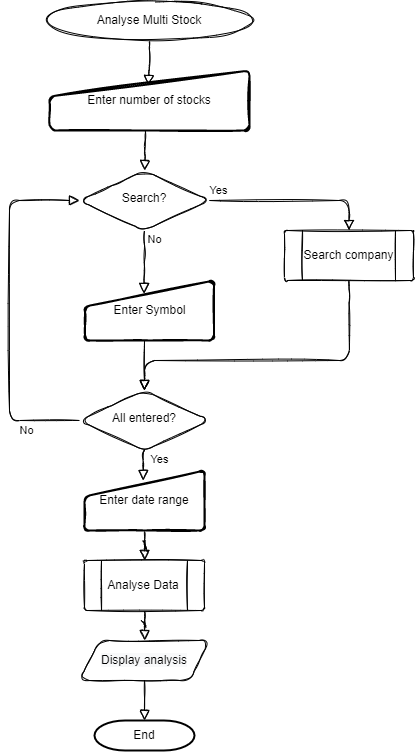
Above: design/img/analastock-analyse-multi-stock.drawio.png in ibuttimer/analastock (draw.io), before the change. Source tidied: cells renumbered, new cells last; positions are measured from the earlier drawing's top-left corner, leaving out a move shared by most shapes. Its diagram source:
```xml
<mxGraphModel>
  <root>
    <mxCell id="0" />
    <mxCell id="1" parent="0" />
    <mxCell id="2" style="edgeStyle=orthogonalEdgeStyle;rounded=1;sketch=1;jettySize=auto;html=1;endArrow=block;endFill=0;endSize=8;entryX=0.495;entryY=0.25;entryDx=0;entryDy=0;entryPerimeter=0;" parent="1" edge="1" source="3" target="5">
      <mxGeometry relative="1" as="geometry" />
    </mxCell>
    <mxCell id="3" value="Analyse Multi Stock" style="ellipse;whiteSpace=wrap;html=1;rounded=1;sketch=1;" parent="1" vertex="1">
      <mxGeometry x="40" width="200" height="40" as="geometry" />
    </mxCell>
    <mxCell id="4" value="&lt;span style=&quot;color: rgb(0, 0, 0); font-family: Helvetica; font-size: 12px; font-style: normal; font-variant-ligatures: normal; font-variant-caps: normal; font-weight: 400; letter-spacing: normal; orphans: 2; text-align: center; text-indent: 0px; text-transform: none; widows: 2; word-spacing: 0px; -webkit-text-stroke-width: 0px; background-color: rgb(248, 249, 250); text-decoration-thickness: initial; text-decoration-style: initial; text-decoration-color: initial; float: none; display: inline !important;&quot;&gt;Display analysis&lt;/span&gt;" style="shape=parallelogram;perimeter=parallelogramPerimeter;whiteSpace=wrap;html=1;fixedSize=1;rounded=1;sketch=1;" parent="1" vertex="1">
      <mxGeometry x="70" y="640" width="130" height="40" as="geometry" />
    </mxCell>
    <mxCell id="5" value="Enter number of stocks" style="html=1;strokeWidth=2;shape=manualInput;whiteSpace=wrap;rounded=1;size=26;arcSize=11;sketch=1;" parent="1" vertex="1">
      <mxGeometry x="40" y="70" width="200" height="60" as="geometry" />
    </mxCell>
    <mxCell id="6" style="edgeStyle=orthogonalEdgeStyle;rounded=1;sketch=1;jettySize=auto;html=1;endArrow=block;endFill=0;endSize=8;" parent="1" edge="1" source="7" target="4">
      <mxGeometry relative="1" as="geometry" />
    </mxCell>
    <mxCell id="7" value="Analyse Data" style="verticalLabelPosition=middle;verticalAlign=middle;html=1;shape=process;whiteSpace=wrap;rounded=1;size=0.14;arcSize=6;sketch=1;labelPosition=center;align=center;" parent="1" vertex="1">
      <mxGeometry x="75" y="560" width="120" height="50" as="geometry" />
    </mxCell>
    <mxCell id="8" style="edgeStyle=orthogonalEdgeStyle;rounded=1;sketch=1;jettySize=auto;html=1;endArrow=block;endFill=0;endSize=8;" parent="1" edge="1" source="9" target="7">
      <mxGeometry relative="1" as="geometry" />
    </mxCell>
    <mxCell id="9" value="Enter date range" style="html=1;strokeWidth=2;shape=manualInput;whiteSpace=wrap;rounded=1;size=26;arcSize=11;sketch=1;" parent="1" vertex="1">
      <mxGeometry x="75" y="470" width="120" height="60" as="geometry" />
    </mxCell>
    <mxCell id="10" value="Enter Symbol" style="html=1;strokeWidth=2;shape=manualInput;whiteSpace=wrap;rounded=1;size=26;arcSize=11;sketch=1;" parent="1" vertex="1">
      <mxGeometry x="75.5" y="280" width="129" height="60" as="geometry" />
    </mxCell>
    <mxCell id="11" value="Search?" style="rhombus;whiteSpace=wrap;html=1;shadow=0;fontFamily=Helvetica;fontSize=12;align=center;strokeWidth=1;spacing=6;spacingTop=-4;rounded=1;sketch=1;" parent="1" vertex="1">
      <mxGeometry x="70" y="170" width="130" height="60" as="geometry" />
    </mxCell>
    <mxCell id="12" value="No" style="edgeStyle=orthogonalEdgeStyle;jettySize=auto;fontSize=11;endArrow=block;endFill=0;endSize=8;strokeWidth=1;shadow=0;labelBackgroundColor=none;rounded=1;sketch=1;html=1;exitX=0.5;exitY=1;exitDx=0;exitDy=0;entryX=0.458;entryY=0.217;entryDx=0;entryDy=0;entryPerimeter=0;" parent="1" edge="1" source="11" target="10">
      <mxGeometry x="-0.71" y="10" relative="1" as="geometry" />
    </mxCell>
    <mxCell id="13" value="Yes" style="html=1;jettySize=auto;fontSize=11;endArrow=block;endFill=0;endSize=8;strokeWidth=1;shadow=0;labelBackgroundColor=none;edgeStyle=orthogonalEdgeStyle;rounded=1;sketch=1;exitX=1;exitY=0.5;exitDx=0;exitDy=0;entryX=0.5;entryY=0;entryDx=0;entryDy=0;" parent="1" edge="1" source="11" target="14">
      <mxGeometry x="-0.89" y="10" relative="1" as="geometry">
        <Array as="points">
          <mxPoint x="340" y="200" />
        </Array>
      </mxGeometry>
    </mxCell>
    <mxCell id="14" value="Search company" style="verticalLabelPosition=middle;verticalAlign=middle;html=1;shape=process;whiteSpace=wrap;rounded=1;size=0.14;arcSize=6;sketch=1;labelPosition=center;align=center;" parent="1" vertex="1">
      <mxGeometry x="275" y="230" width="129" height="50" as="geometry" />
    </mxCell>
    <mxCell id="15" value="All entered?" style="rhombus;whiteSpace=wrap;html=1;shadow=0;fontFamily=Helvetica;fontSize=12;align=center;strokeWidth=1;spacing=6;spacingTop=-4;rounded=1;sketch=1;" parent="1" vertex="1">
      <mxGeometry x="70" y="390" width="130" height="60" as="geometry" />
    </mxCell>
    <mxCell id="16" style="edgeStyle=orthogonalEdgeStyle;rounded=1;sketch=1;jettySize=auto;html=1;endArrow=block;endFill=0;endSize=8;exitX=0.479;exitY=1.001;exitDx=0;exitDy=0;exitPerimeter=0;" parent="1" edge="1" source="5" target="11">
      <mxGeometry relative="1" as="geometry" />
    </mxCell>
    <mxCell id="17" style="edgeStyle=orthogonalEdgeStyle;rounded=1;sketch=1;jettySize=auto;html=1;endArrow=block;endFill=0;endSize=8;" parent="1" edge="1" target="15">
      <mxGeometry relative="1" as="geometry">
        <mxPoint x="135" y="340" as="sourcePoint" />
      </mxGeometry>
    </mxCell>
    <mxCell id="18" style="edgeStyle=orthogonalEdgeStyle;rounded=1;sketch=1;jettySize=auto;html=1;endArrow=block;endFill=0;endSize=8;exitX=0.5;exitY=1;exitDx=0;exitDy=0;entryX=0.5;entryY=0;entryDx=0;entryDy=0;" parent="1" edge="1" source="14" target="15">
      <mxGeometry relative="1" as="geometry">
        <Array as="points">
          <mxPoint x="340" y="293" />
          <mxPoint x="340" y="360" />
          <mxPoint x="135" y="360" />
        </Array>
      </mxGeometry>
    </mxCell>
    <mxCell id="19" value="No" style="edgeStyle=orthogonalEdgeStyle;jettySize=auto;fontSize=11;endArrow=block;endFill=0;endSize=8;strokeWidth=1;shadow=0;labelBackgroundColor=none;rounded=1;sketch=1;html=1;exitX=0;exitY=0.5;exitDx=0;exitDy=0;" parent="1" edge="1" source="15" target="11">
      <mxGeometry x="-0.71" y="10" relative="1" as="geometry">
        <Array as="points">
          <mxPoint y="420" />
          <mxPoint y="200" />
        </Array>
      </mxGeometry>
    </mxCell>
    <mxCell id="20" value="Yes" style="html=1;jettySize=auto;fontSize=11;endArrow=block;endFill=0;endSize=8;strokeWidth=1;shadow=0;labelBackgroundColor=none;edgeStyle=orthogonalEdgeStyle;rounded=1;sketch=1;exitX=0.5;exitY=1;exitDx=0;exitDy=0;entryX=0.49;entryY=0.167;entryDx=0;entryDy=0;entryPerimeter=0;" parent="1" edge="1" source="15" target="9">
      <mxGeometry x="-0.29" y="16" relative="1" as="geometry" />
    </mxCell>
    <mxCell id="21" value="End" style="strokeWidth=2;html=1;shape=mxgraph.flowchart.terminator;whiteSpace=wrap;" parent="1" vertex="1">
      <mxGeometry x="85" y="720" width="100" height="30" as="geometry" />
    </mxCell>
    <mxCell id="22" style="edgeStyle=orthogonalEdgeStyle;rounded=1;sketch=1;jettySize=auto;html=1;endArrow=block;endFill=0;endSize=8;exitX=0.5;exitY=1;exitDx=0;exitDy=0;entryX=0.5;entryY=0;entryDx=0;entryDy=0;entryPerimeter=0;" parent="1" edge="1" source="4" target="21">
      <mxGeometry relative="1" as="geometry" />
    </mxCell>
  </root>
</mxGraphModel>
```
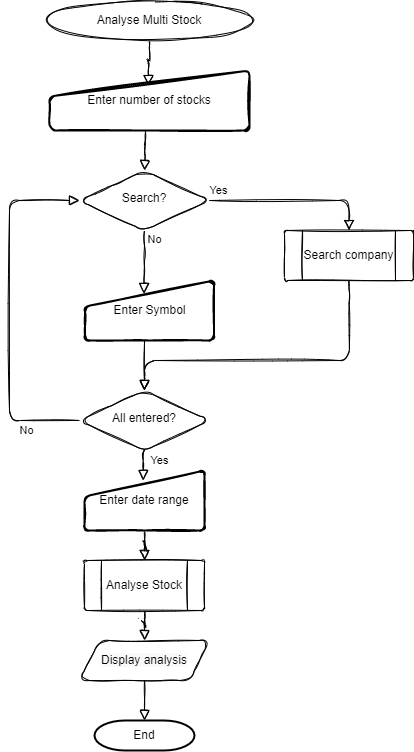
After the change.

Diff of the diagram source:
```diff
@@ -17,7 +17,7 @@
     <mxCell id="6" style="edgeStyle=orthogonalEdgeStyle;rounded=1;sketch=1;jettySize=auto;html=1;endArrow=block;endFill=0;endSize=8;" parent="1" edge="1" source="7" target="4">
       <mxGeometry relative="1" as="geometry" />
     </mxCell>
-    <mxCell id="7" value="Analyse Data" style="verticalLabelPosition=middle;verticalAlign=middle;html=1;shape=process;whiteSpace=wrap;rounded=1;size=0.14;arcSize=6;sketch=1;labelPosition=center;align=center;" parent="1" vertex="1">
+    <mxCell id="7" value="Analyse Stock" style="verticalLabelPosition=middle;verticalAlign=middle;html=1;shape=process;whiteSpace=wrap;rounded=1;size=0.14;arcSize=6;sketch=1;labelPosition=center;align=center;" parent="1" vertex="1">
       <mxGeometry x="75" y="560" width="120" height="50" as="geometry" />
     </mxCell>
     <mxCell id="8" style="edgeStyle=orthogonalEdgeStyle;rounded=1;sketch=1;jettySize=auto;html=1;endArrow=block;endFill=0;endSize=8;" parent="1" edge="1" source="9" target="7">
```
